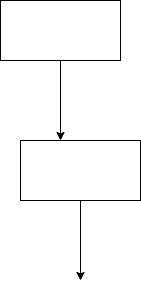
This is Sec.png from gonorthx/Planet-sheep, a draw.io export, as it was before one commit. Source tidied: cells renumbered, new cells last; positions are measured from the earlier drawing's top-left corner, leaving out a move shared by most shapes.
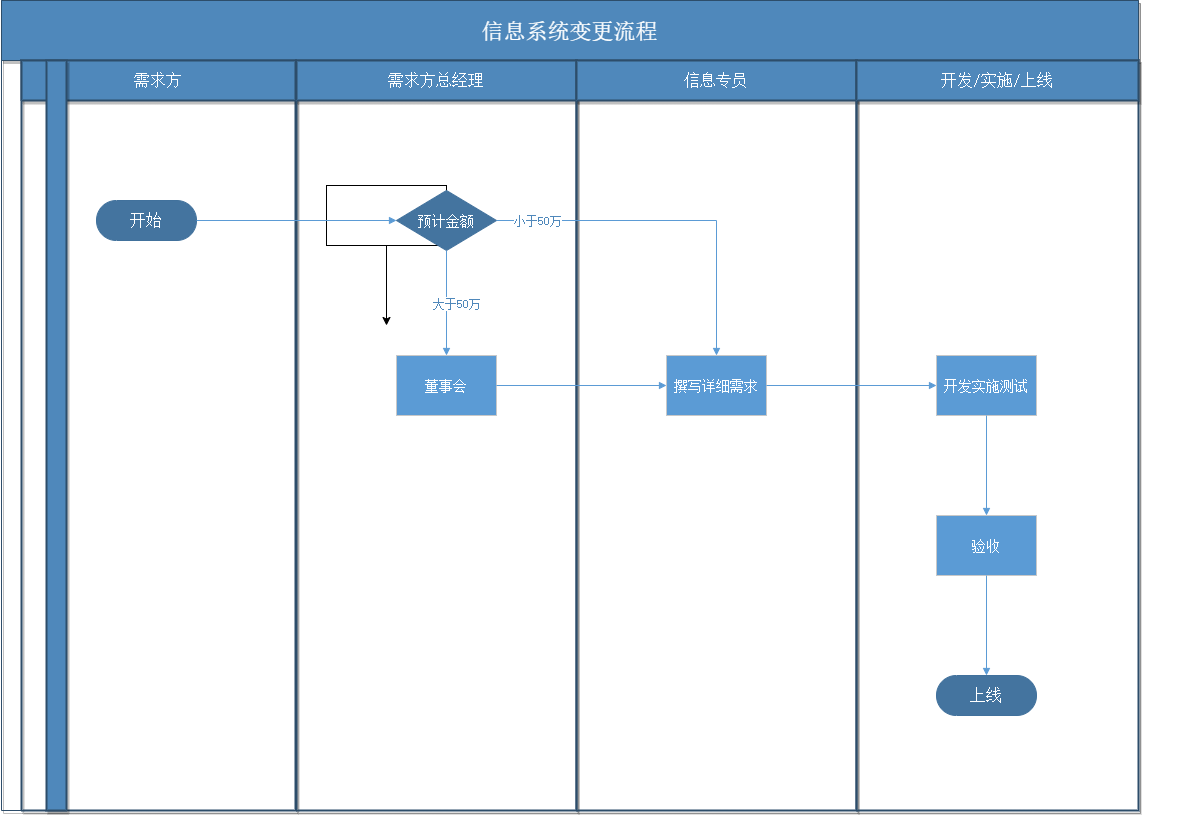
Above is the later version.

Diff of the diagram source:
```diff
@@ -10,13 +10,120 @@
         <mxPoint x="80" y="280" as="targetPoint" />
       </mxGeometry>
     </mxCell>
-    <mxCell id="4" style="rounded=0;whiteSpace=wrap;html=1;" parent="1" vertex="1">
-      <mxGeometry width="120" height="60" as="geometry" />
-    </mxCell>
-    <mxCell id="5" style="endArrow=classic;html=1;exitX=0.5;exitY=1;exitDx=0;exitDy=0;" parent="1" edge="1" source="4">
-      <mxGeometry relative="1" as="geometry">
-        <mxPoint x="60" y="140" as="targetPoint" />
-      </mxGeometry>
-    </mxCell>
+    <mxCell id="6" value="流程图" parent="0" />
+    <mxCell id="7" style="vsdxID=4;fillColor=none;gradientColor=none;strokeColor=none;shadow=1;labelBackgroundColor=none;rounded=0;html=1;whiteSpace=wrap;" parent="6" vertex="1">
+      <mxGeometry x="-305" y="-45" width="1137" height="810" as="geometry" />
+    </mxCell>
+    <mxCell id="8" style="vsdxID=5;fillColor=#4f88bb;gradientColor=none;fillOpacity=0;shape=(stored shape, 160 characters);strokeColor=#2d4d6a;shadow=1;labelBackgroundColor=none;rounded=0;html=1;whiteSpace=wrap;" parent="7" vertex="1">
+      <mxGeometry width="1137" height="810" as="geometry" />
+    </mxCell>
+    <mxCell id="9" value="&lt;p style=&quot;align:center;margin-left:0;margin-right:0;margin-top:0px;margin-bottom:0px;text-indent:0;valign:middle;direction:ltr;&quot;&gt;&lt;font style=&quot;font-size:22px;font-family:SimSun;color:#feffff;direction:ltr;letter-spacing:0px;line-height:120%;opacity:1&quot;&gt;信息系统变更流程&lt;br/&gt;&lt;/font&gt;&lt;/p&gt;" style="verticalAlign=middle;align=center;vsdxID=6;fillColor=#4f88bb;gradientColor=none;shape=(stored shape, 160 characters);strokeColor=#2d4d6a;shadow=1;labelBackgroundColor=none;rounded=0;html=1;whiteSpace=wrap;" parent="7" vertex="1">
+      <mxGeometry width="1137" height="60" as="geometry" />
+    </mxCell>
+    <mxCell id="10" style="vsdxID=7;fillColor=#44749f;gradientColor=none;fillOpacity=0;shape=(stored shape, 156 characters);strokeColor=#2d4d6a;strokeWidth=2;shadow=1;labelBackgroundColor=none;rounded=0;html=1;whiteSpace=wrap;" parent="6" vertex="1">
+      <mxGeometry x="-285" y="15" width="1117" height="750" as="geometry" />
+    </mxCell>
+    <mxCell id="11" style="vsdxID=1;fillColor=none;gradientColor=none;strokeColor=none;strokeWidth=2;shadow=1;labelBackgroundColor=none;rounded=0;html=1;whiteSpace=wrap;" parent="6" vertex="1">
+      <mxGeometry x="-285" y="15" width="1162" height="775" as="geometry" />
+    </mxCell>
+    <mxCell id="12" style="vsdxID=2;fillColor=#4f88bb;gradientColor=none;fillOpacity=0;shape=(stored shape, 160 characters);strokeColor=#2d4d6a;strokeWidth=2;shadow=1;labelBackgroundColor=none;rounded=0;html=1;whiteSpace=wrap;" parent="11" vertex="1">
+      <mxGeometry width="274" height="750" as="geometry" />
+    </mxCell>
+    <mxCell id="13" value="&lt;font style=&quot;font-size:16px;font-family:SimSun;color:#feffff;direction:ltr;letter-spacing:0px;line-height:120%;opacity:1&quot;&gt;需求方&lt;br/&gt;&lt;/font&gt;" style="verticalAlign=middle;align=center;vsdxID=3;fillColor=#4f88bb;gradientColor=none;shape=(stored shape, 160 characters);strokeColor=#2d4d6a;strokeWidth=2;shadow=1;labelBackgroundColor=none;rounded=0;html=1;whiteSpace=wrap;" parent="11" vertex="1">
+      <mxGeometry width="274" height="40" as="geometry" />
+    </mxCell>
+    <mxCell id="14" style="vsdxID=26;fillColor=none;gradientColor=none;strokeColor=none;strokeWidth=2;shadow=1;labelBackgroundColor=none;rounded=0;html=1;whiteSpace=wrap;" parent="11" vertex="1">
+      <mxGeometry x="275" width="887" height="775" as="geometry" />
+    </mxCell>
+    <mxCell id="15" style="vsdxID=27;fillColor=#4f88bb;gradientColor=none;fillOpacity=0;shape=(stored shape, 160 characters);strokeColor=#2d4d6a;strokeWidth=2;shadow=1;labelBackgroundColor=none;rounded=0;html=1;whiteSpace=wrap;" parent="14" vertex="1">
+      <mxGeometry width="280" height="750" as="geometry" />
+    </mxCell>
+    <mxCell id="16" value="&lt;font style=&quot;font-size:16px;font-family:SimSun;color:#feffff;direction:ltr;letter-spacing:0px;line-height:120%;opacity:1&quot;&gt;需求方总经理&lt;br/&gt;&lt;/font&gt;" style="verticalAlign=middle;align=center;vsdxID=28;fillColor=#4f88bb;gradientColor=none;shape=(stored shape, 160 characters);strokeColor=#2d4d6a;strokeWidth=2;shadow=1;labelBackgroundColor=none;rounded=0;html=1;whiteSpace=wrap;" parent="14" vertex="1">
+      <mxGeometry width="280" height="40" as="geometry" />
+    </mxCell>
+    <mxCell id="17" style="vsdxID=9;fillColor=none;gradientColor=none;strokeColor=none;shadow=1;labelBackgroundColor=none;rounded=0;html=1;whiteSpace=wrap;" parent="14" vertex="1">
+      <mxGeometry x="-290" y="45" width="1137" height="710" as="geometry" />
+    </mxCell>
+    <mxCell id="18" style="verticalAlign=middle;align=left;vsdxID=11;rotation=270;fillColor=#4f88bb;gradientColor=none;shape=(stored shape, 160 characters);strokeColor=#2d4d6a;strokeWidth=2;shadow=1;spacingTop=-1;spacingBottom=-1;spacingLeft=-1;spacingRight=-1;labelBackgroundColor=none;rounded=0;html=1;whiteSpace=wrap;" parent="17" vertex="1">
+      <mxGeometry x="-325" y="320" width="750" height="20" as="geometry" />
+    </mxCell>
+    <mxCell id="19" style="vsdxID=29;fillColor=none;gradientColor=none;strokeColor=none;strokeWidth=2;shadow=1;labelBackgroundColor=none;rounded=0;html=1;whiteSpace=wrap;" parent="6" vertex="1">
+      <mxGeometry x="270" y="15" width="280" height="750" as="geometry" />
+    </mxCell>
+    <mxCell id="20" style="vsdxID=30;fillColor=#4f88bb;gradientColor=none;fillOpacity=0;shape=(stored shape, 160 characters);strokeColor=#2d4d6a;strokeWidth=2;shadow=1;labelBackgroundColor=none;rounded=0;html=1;whiteSpace=wrap;" parent="19" vertex="1">
+      <mxGeometry width="280" height="750" as="geometry" />
+    </mxCell>
+    <mxCell id="21" value="&lt;font style=&quot;font-size:16px;font-family:SimSun;color:#feffff;direction:ltr;letter-spacing:0px;line-height:120%;opacity:1&quot;&gt;信息专员&lt;/font&gt;" style="verticalAlign=middle;align=center;vsdxID=31;fillColor=#4f88bb;gradientColor=none;shape=(stored shape, 160 characters);strokeColor=#2d4d6a;strokeWidth=2;shadow=1;labelBackgroundColor=none;rounded=0;html=1;whiteSpace=wrap;" parent="19" vertex="1">
+      <mxGeometry width="280" height="40" as="geometry" />
+    </mxCell>
+    <mxCell id="22" style="vsdxID=32;fillColor=none;gradientColor=none;strokeColor=none;strokeWidth=2;shadow=1;labelBackgroundColor=none;rounded=0;html=1;whiteSpace=wrap;" parent="6" vertex="1">
+      <mxGeometry x="550" y="15" width="282" height="750" as="geometry" />
+    </mxCell>
+    <mxCell id="23" style="vsdxID=33;fillColor=#4f88bb;gradientColor=none;fillOpacity=0;shape=(stored shape, 160 characters);strokeColor=#2d4d6a;strokeWidth=2;shadow=1;labelBackgroundColor=none;rounded=0;html=1;whiteSpace=wrap;" parent="22" vertex="1">
+      <mxGeometry width="282" height="750" as="geometry" />
+    </mxCell>
+    <mxCell id="24" value="&lt;font style=&quot;font-size:16px;font-family:SimSun;color:#feffff;direction:ltr;letter-spacing:0px;line-height:120%;opacity:1&quot;&gt;开发/实施/上线&lt;br/&gt;&lt;/font&gt;" style="verticalAlign=middle;align=center;vsdxID=34;fillColor=#4f88bb;gradientColor=none;shape=(stored shape, 160 characters);strokeColor=#2d4d6a;strokeWidth=2;shadow=1;labelBackgroundColor=none;rounded=0;html=1;whiteSpace=wrap;" parent="22" vertex="1">
+      <mxGeometry width="282" height="40" as="geometry" />
+    </mxCell>
+    <mxCell id="25" style="vsdxID=8;fillColor=#44749f;gradientColor=none;shape=(stored shape, 152 characters);strokeColor=#2d4d6a;strokeWidth=2;shadow=1;labelBackgroundColor=none;rounded=0;html=1;whiteSpace=wrap;" parent="6" vertex="1">
+      <mxGeometry x="-305" y="55" width="1137" height="710" as="geometry" />
+    </mxCell>
+    <mxCell id="26" value="&lt;font style=&quot;font-size:16px;font-family:SimSun;color:#feffff;direction:ltr;letter-spacing:0px;line-height:120%;opacity:1&quot;&gt;开始&lt;br/&gt;&lt;/font&gt;" style="verticalAlign=middle;align=center;vsdxID=35;fillColor=#44749f;gradientColor=none;shape=(stored shape, 236 characters);strokeColor=#41719c;spacingTop=-1;spacingBottom=-1;spacingLeft=-1;spacingRight=-1;labelBackgroundColor=none;rounded=0;html=1;whiteSpace=wrap;" parent="6" vertex="1">
+      <mxGeometry x="-210" y="155" width="100" height="40" as="geometry" />
+    </mxCell>
+    <mxCell id="27" value="&lt;font style=&quot;font-size:14px;font-family:SimSun;color:#feffff;direction:ltr;letter-spacing:0px;line-height:120%;opacity:1&quot;&gt;董事会&lt;br/&gt;&lt;/font&gt;" style="verticalAlign=middle;align=center;vsdxID=37;fillColor=#5b9bd5;gradientColor=none;shape=(stored shape, 160 characters);strokeColor=#c8c8c8;spacingTop=-1;spacingBottom=-1;spacingLeft=-1;spacingRight=-1;labelBackgroundColor=none;rounded=0;html=1;whiteSpace=wrap;" parent="6" vertex="1">
+      <mxGeometry x="90" y="310" width="100" height="60" as="geometry" />
+    </mxCell>
+    <mxCell id="28" value="&lt;font style=&quot;font-size:14px;font-family:SimSun;color:#feffff;direction:ltr;letter-spacing:0px;line-height:120%;opacity:1&quot;&gt;撰写详细需求&lt;br/&gt;&lt;/font&gt;" style="verticalAlign=middle;align=center;vsdxID=39;fillColor=#5b9bd5;gradientColor=none;shape=(stored shape, 160 characters);strokeColor=#c8c8c8;spacingTop=-1;spacingBottom=-1;spacingLeft=-1;spacingRight=-1;labelBackgroundColor=none;rounded=0;html=1;whiteSpace=wrap;" parent="6" vertex="1">
+      <mxGeometry x="360" y="310" width="100" height="60" as="geometry" />
+    </mxCell>
+    <mxCell id="29" style="vsdxID=42;fillColor=#44749f;gradientColor=none;shape=(stored shape, 168 characters);strokeColor=#41719c;spacingTop=-1;spacingBottom=-1;spacingLeft=-1;spacingRight=-1;labelBackgroundColor=none;rounded=0;html=1;whiteSpace=wrap;" parent="6" vertex="1">
+      <mxGeometry x="90" y="145" width="100" height="60" as="geometry" />
+    </mxCell>
+    <mxCell id="30" value="&lt;font style=&quot;font-size:14px;font-family:SimSun;color:#feffff;direction:ltr;letter-spacing:0px;line-height:120%;opacity:1&quot;&gt;预计金额&lt;br/&gt;&lt;/font&gt;" style="text;vsdxID=42;fillColor=none;gradientColor=none;strokeColor=none;spacingTop=-1;spacingBottom=-1;spacingLeft=-1;spacingRight=-1;labelBackgroundColor=none;rounded=0;html=1;whiteSpace=wrap;verticalAlign=middle;align=center;html=1;" parent="29" vertex="1">
+      <mxGeometry x="8.3" y="7.5" width="83.3" height="45" as="geometry" />
+    </mxCell>
+    <mxCell id="31" value="&lt;font style=&quot;font-size:14px;font-family:SimSun;color:#feffff;direction:ltr;letter-spacing:0px;line-height:120%;opacity:1&quot;&gt;开发实施测试&lt;br/&gt;&lt;/font&gt;" style="verticalAlign=middle;align=center;vsdxID=44;fillColor=#5b9bd5;gradientColor=none;shape=(stored shape, 160 characters);strokeColor=#c8c8c8;spacingTop=-1;spacingBottom=-1;spacingLeft=-1;spacingRight=-1;labelBackgroundColor=none;rounded=0;html=1;whiteSpace=wrap;" parent="6" vertex="1">
+      <mxGeometry x="630" y="310" width="100" height="60" as="geometry" />
+    </mxCell>
+    <mxCell id="32" value="&lt;font style=&quot;font-size:14px;font-family:SimSun;color:#feffff;direction:ltr;letter-spacing:0px;line-height:120%;opacity:1&quot;&gt;验收&lt;br/&gt;&lt;/font&gt;" style="verticalAlign=middle;align=center;vsdxID=46;fillColor=#5b9bd5;gradientColor=none;shape=(stored shape, 160 characters);strokeColor=#c8c8c8;spacingTop=-1;spacingBottom=-1;spacingLeft=-1;spacingRight=-1;labelBackgroundColor=none;rounded=0;html=1;whiteSpace=wrap;" parent="6" vertex="1">
+      <mxGeometry x="630" y="470" width="100" height="60" as="geometry" />
+    </mxCell>
+    <mxCell id="33" value="&lt;font style=&quot;font-size:16px;font-family:SimSun;color:#feffff;direction:ltr;letter-spacing:0px;line-height:120%;opacity:1&quot;&gt;上线&lt;br/&gt;&lt;/font&gt;" style="verticalAlign=middle;align=center;vsdxID=47;fillColor=#44749f;gradientColor=none;shape=(stored shape, 236 characters);strokeColor=#41719c;spacingTop=-1;spacingBottom=-1;spacingLeft=-1;spacingRight=-1;labelBackgroundColor=none;rounded=0;html=1;whiteSpace=wrap;" parent="6" vertex="1">
+      <mxGeometry x="630" y="630" width="100" height="40" as="geometry" />
+    </mxCell>
+    <mxCell id="34" value="连接线" parent="0" />
+    <mxCell id="35" style="vsdxID=67;edgeStyle=none;startArrow=none;endArrow=block;startSize=5;endSize=5;strokeColor=#5b9bd5;spacingTop=0;spacingBottom=0;spacingLeft=0;spacingRight=0;verticalAlign=middle;html=1;labelBackgroundColor=#ffffff;rounded=0;exitX=0.5;exitY=1;exitDx=0;exitDy=0;exitPerimeter=0;entryX=0.5;entryY=0;entryDx=0;entryDy=0;entryPerimeter=0;" parent="34" edge="1" source="31" target="32">
+      <mxGeometry relative="1" as="geometry">
+        <mxPoint x="10" as="offset" />
+      </mxGeometry>
+    </mxCell>
+    <mxCell id="36" style="vsdxID=66;edgeStyle=none;startArrow=none;endArrow=block;startSize=5;endSize=5;strokeColor=#5b9bd5;spacingTop=0;spacingBottom=0;spacingLeft=0;spacingRight=0;verticalAlign=middle;html=1;labelBackgroundColor=#ffffff;rounded=0;exitX=1;exitY=0.5;exitDx=0;exitDy=0;exitPerimeter=0;entryX=0;entryY=0.5;entryDx=0;entryDy=0;entryPerimeter=0;" parent="34" edge="1" source="28" target="31">
+      <mxGeometry relative="1" as="geometry" />
+    </mxCell>
+    <mxCell id="37" style="vsdxID=49;edgeStyle=none;startArrow=none;endArrow=block;startSize=5;endSize=5;strokeColor=#5b9bd5;spacingTop=0;spacingBottom=0;spacingLeft=0;spacingRight=0;verticalAlign=middle;html=1;labelBackgroundColor=#ffffff;rounded=1;align=center;exitX=1;exitY=0.5;exitDx=0;exitDy=0;exitPerimeter=0;entryX=0;entryY=0.5;entryDx=0;entryDy=0;entryPerimeter=0;" parent="34" edge="1" source="26" target="29">
+      <mxGeometry relative="1" as="geometry" />
+    </mxCell>
+    <mxCell id="38" style="vsdxID=60;edgeStyle=none;startArrow=none;endArrow=block;startSize=5;endSize=5;strokeColor=#5b9bd5;spacingTop=0;spacingBottom=0;spacingLeft=0;spacingRight=0;verticalAlign=middle;html=1;labelBackgroundColor=#ffffff;rounded=0;exitX=0.5;exitY=1;exitDx=0;exitDy=0;exitPerimeter=0;entryX=0.5;entryY=0;entryDx=0;entryDy=0;entryPerimeter=0;" parent="34" edge="1" source="32" target="33">
+      <mxGeometry relative="1" as="geometry">
+        <mxPoint x="10" as="offset" />
+      </mxGeometry>
+    </mxCell>
+    <mxCell id="39" value="&lt;font style=&quot;font-size:11px;font-family:SimSun;color:#4f88bb;direction:ltr;letter-spacing:0px;line-height:120%;opacity:1&quot;&gt;大于50万&lt;br/&gt;&lt;/font&gt;" style="vsdxID=63;edgeStyle=none;startArrow=none;endArrow=block;startSize=5;endSize=5;strokeColor=#5b9bd5;spacingTop=0;spacingBottom=0;spacingLeft=0;spacingRight=0;verticalAlign=middle;html=1;labelBackgroundColor=#ffffff;rounded=0;align=center;exitX=0.5;exitY=1;exitDx=0;exitDy=0;exitPerimeter=0;entryX=0.5;entryY=0;entryDx=0;entryDy=0;entryPerimeter=0;" parent="34" edge="1" source="29" target="27">
+      <mxGeometry relative="1" as="geometry">
+        <mxPoint x="10" as="offset" />
+      </mxGeometry>
+    </mxCell>
+    <mxCell id="40" style="vsdxID=64;edgeStyle=none;startArrow=none;endArrow=block;startSize=5;endSize=5;strokeColor=#5b9bd5;spacingTop=0;spacingBottom=0;spacingLeft=0;spacingRight=0;verticalAlign=middle;html=1;labelBackgroundColor=#ffffff;rounded=0;exitX=1;exitY=0.5;exitDx=0;exitDy=0;exitPerimeter=0;entryX=0;entryY=0.5;entryDx=0;entryDy=0;entryPerimeter=0;" parent="34" edge="1" source="27" target="28">
+      <mxGeometry relative="1" as="geometry" />
+    </mxCell>
+    <mxCell id="41" value="&lt;font style=&quot;font-size:11px;font-family:SimSun;color:#4f88bb;direction:ltr;letter-spacing:0px;line-height:120%;opacity:1&quot;&gt;小于50万&lt;br/&gt;&lt;/font&gt;" style="vsdxID=65;edgeStyle=none;startArrow=none;endArrow=block;startSize=5;endSize=5;strokeColor=#5b9bd5;spacingTop=0;spacingBottom=0;spacingLeft=0;spacingRight=0;verticalAlign=middle;html=1;labelBackgroundColor=#ffffff;rounded=0;align=center;exitX=1;exitY=0.5;exitDx=0;exitDy=0;exitPerimeter=0;entryX=0.5;entryY=0;entryDx=0;entryDy=0;entryPerimeter=0;" parent="34" edge="1" source="29" target="28">
+      <mxGeometry relative="1" as="geometry">
+        <Array as="points">
+          <mxPoint x="410" y="175" />
+        </Array>
+        <mxPoint x="-137" as="offset" />
+      </mxGeometry>
+    </mxCell>
   </root>
 </mxGraphModel>
```
